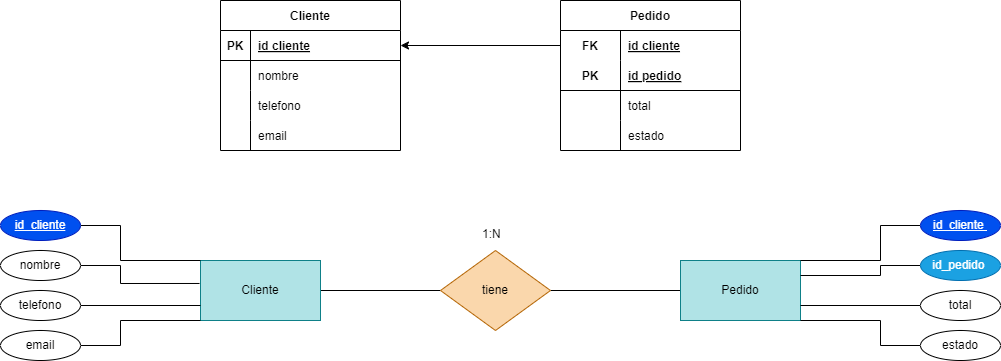
WhiteCascade/BAE keeps this draw.io diagram as Tareas/Unidad2/ejercicio2.4.drawio.png. Above is the earlier version. Source tidied: cells renumbered, new cells last; positions are measured from the earlier drawing's top-left corner, leaving out a move shared by most shapes. Source of this version:
```xml
<mxGraphModel>
  <root>
    <mxCell id="0" />
    <mxCell id="1" parent="0" />
    <mxCell id="2" value="Cliente" style="shape=table;startSize=30;rowLines=0;fontStyle=1;align=center;" parent="1" vertex="1">
      <mxGeometry x="220" width="180" height="150" as="geometry" />
    </mxCell>
    <mxCell id="3" style="shape=tableRow;horizontal=0;startSize=0;swimlaneHead=0;swimlaneBody=0;fillColor=none;points=[[0,0.5],[1,0.5]];portConstraint=eastwest;top=0;left=0;right=0;bottom=1;" parent="2" vertex="1">
      <mxGeometry y="30" width="180" height="30" as="geometry" />
    </mxCell>
    <mxCell id="4" value="PK" style="shape=partialRectangle;fillColor=none;top=0;left=0;bottom=0;right=0;fontStyle=1;overflow=hidden;" parent="3" vertex="1">
      <mxGeometry width="30" height="30" as="geometry" />
    </mxCell>
    <mxCell id="5" value="id cliente" style="shape=partialRectangle;fillColor=none;top=0;left=0;bottom=0;right=0;align=left;spacingLeft=6;fontStyle=5;overflow=hidden;" parent="3" vertex="1">
      <mxGeometry x="30" width="150" height="30" as="geometry" />
    </mxCell>
    <mxCell id="6" style="shape=tableRow;horizontal=0;startSize=0;swimlaneHead=0;swimlaneBody=0;fillColor=none;top=0;left=0;right=0;bottom=0;" parent="2" vertex="1">
      <mxGeometry y="60" width="180" height="30" as="geometry" />
    </mxCell>
    <mxCell id="7" style="shape=partialRectangle;fillColor=none;top=0;left=0;bottom=0;right=0;overflow=hidden;" parent="6" vertex="1">
      <mxGeometry width="30" height="30" as="geometry" />
    </mxCell>
    <mxCell id="8" value="nombre" style="shape=partialRectangle;fillColor=none;top=0;left=0;bottom=0;right=0;align=left;spacingLeft=6;overflow=hidden;" parent="6" vertex="1">
      <mxGeometry x="30" width="150" height="30" as="geometry" />
    </mxCell>
    <mxCell id="9" style="shape=tableRow;horizontal=0;startSize=0;swimlaneHead=0;swimlaneBody=0;fillColor=none;top=0;left=0;right=0;bottom=0;" parent="2" vertex="1">
      <mxGeometry y="90" width="180" height="30" as="geometry" />
    </mxCell>
    <mxCell id="10" style="shape=partialRectangle;fillColor=none;top=0;left=0;bottom=0;right=0;overflow=hidden;" parent="9" vertex="1">
      <mxGeometry width="30" height="30" as="geometry" />
    </mxCell>
    <mxCell id="11" value="telefono" style="shape=partialRectangle;fillColor=none;top=0;left=0;bottom=0;right=0;align=left;spacingLeft=6;overflow=hidden;" parent="9" vertex="1">
      <mxGeometry x="30" width="150" height="30" as="geometry" />
    </mxCell>
    <mxCell id="12" style="shape=tableRow;horizontal=0;startSize=0;swimlaneHead=0;swimlaneBody=0;fillColor=none;top=0;left=0;right=0;bottom=0;" parent="2" vertex="1">
      <mxGeometry y="120" width="180" height="30" as="geometry" />
    </mxCell>
    <mxCell id="13" style="shape=partialRectangle;fillColor=none;top=0;left=0;bottom=0;right=0;overflow=hidden;" parent="12" vertex="1">
      <mxGeometry width="30" height="30" as="geometry" />
    </mxCell>
    <mxCell id="14" value="email" style="shape=partialRectangle;fillColor=none;top=0;left=0;bottom=0;right=0;align=left;spacingLeft=6;overflow=hidden;" parent="12" vertex="1">
      <mxGeometry x="30" width="150" height="30" as="geometry" />
    </mxCell>
    <mxCell id="15" value="Pedido" style="shape=table;startSize=30;rowLines=0;fontStyle=1;align=center;" parent="1" vertex="1">
      <mxGeometry x="560" width="180" height="150" as="geometry" />
    </mxCell>
    <mxCell id="16" style="shape=tableRow;horizontal=0;startSize=0;swimlaneHead=0;swimlaneBody=0;fillColor=none;points=[[0,0.5],[1,0.5]];portConstraint=eastwest;top=0;left=0;right=0;bottom=0;" parent="15" vertex="1">
      <mxGeometry y="30" width="180" height="30" as="geometry" />
    </mxCell>
    <mxCell id="17" value="FK" style="shape=partialRectangle;fillColor=none;top=0;left=0;bottom=0;right=0;fontStyle=1;overflow=hidden;" parent="16" vertex="1">
      <mxGeometry width="60" height="30" as="geometry" />
    </mxCell>
    <mxCell id="18" value="id cliente" style="shape=partialRectangle;fillColor=none;top=0;left=0;bottom=0;right=0;align=left;spacingLeft=6;fontStyle=5;overflow=hidden;" parent="16" vertex="1">
      <mxGeometry x="60" width="120" height="30" as="geometry" />
    </mxCell>
    <mxCell id="19" style="shape=tableRow;horizontal=0;startSize=0;swimlaneHead=0;swimlaneBody=0;fillColor=none;top=0;left=0;right=0;bottom=1;" parent="15" vertex="1">
      <mxGeometry y="60" width="180" height="30" as="geometry" />
    </mxCell>
    <mxCell id="20" value="PK" style="shape=partialRectangle;fillColor=none;top=0;left=0;bottom=0;right=0;fontStyle=1;overflow=hidden;" parent="19" vertex="1">
      <mxGeometry width="60" height="30" as="geometry" />
    </mxCell>
    <mxCell id="21" value="id pedido" style="shape=partialRectangle;fillColor=none;top=0;left=0;bottom=0;right=0;align=left;spacingLeft=6;fontStyle=5;overflow=hidden;" parent="19" vertex="1">
      <mxGeometry x="60" width="120" height="30" as="geometry" />
    </mxCell>
    <mxCell id="22" style="shape=tableRow;horizontal=0;startSize=0;swimlaneHead=0;swimlaneBody=0;fillColor=none;top=0;left=0;right=0;bottom=0;" parent="15" vertex="1">
      <mxGeometry y="90" width="180" height="30" as="geometry" />
    </mxCell>
    <mxCell id="23" style="shape=partialRectangle;fillColor=none;top=0;left=0;bottom=0;right=0;overflow=hidden;" parent="22" vertex="1">
      <mxGeometry width="60" height="30" as="geometry" />
    </mxCell>
    <mxCell id="24" value="total" style="shape=partialRectangle;fillColor=none;top=0;left=0;bottom=0;right=0;align=left;spacingLeft=6;overflow=hidden;" parent="22" vertex="1">
      <mxGeometry x="60" width="120" height="30" as="geometry" />
    </mxCell>
    <mxCell id="25" style="shape=tableRow;horizontal=0;startSize=0;swimlaneHead=0;swimlaneBody=0;fillColor=none;top=0;left=0;right=0;bottom=0;" parent="15" vertex="1">
      <mxGeometry y="120" width="180" height="30" as="geometry" />
    </mxCell>
    <mxCell id="26" style="shape=partialRectangle;fillColor=none;top=0;left=0;bottom=0;right=0;overflow=hidden;" parent="25" vertex="1">
      <mxGeometry width="60" height="30" as="geometry" />
    </mxCell>
    <mxCell id="27" value="estado" style="shape=partialRectangle;fillColor=none;top=0;left=0;bottom=0;right=0;align=left;spacingLeft=6;overflow=hidden;" parent="25" vertex="1">
      <mxGeometry x="60" width="120" height="30" as="geometry" />
    </mxCell>
    <mxCell id="28" style="edgeStyle=none;html=1;entryX=1;entryY=0.5;entryDx=0;entryDy=0;" parent="1" edge="1" source="16" target="3">
      <mxGeometry relative="1" as="geometry" />
    </mxCell>
    <mxCell id="29" style="edgeStyle=none;html=1;entryX=0;entryY=0.5;entryDx=0;entryDy=0;endArrow=none;endFill=0;" parent="1" edge="1" source="30" target="33">
      <mxGeometry relative="1" as="geometry" />
    </mxCell>
    <mxCell id="30" value="Cliente" style="rounded=0;whiteSpace=wrap;html=1;fillColor=#b0e3e6;strokeColor=#0e8088;" parent="1" vertex="1">
      <mxGeometry x="200" y="260" width="120" height="60" as="geometry" />
    </mxCell>
    <mxCell id="31" style="edgeStyle=none;html=1;endArrow=none;endFill=0;" parent="1" edge="1" source="32" target="33">
      <mxGeometry relative="1" as="geometry" />
    </mxCell>
    <mxCell id="32" value="Pedido" style="rounded=0;whiteSpace=wrap;html=1;fillColor=#b0e3e6;strokeColor=#0e8088;" parent="1" vertex="1">
      <mxGeometry x="680" y="260" width="120" height="60" as="geometry" />
    </mxCell>
    <mxCell id="33" value="tiene" style="rhombus;whiteSpace=wrap;html=1;fillColor=#fad7ac;strokeColor=#b46504;" parent="1" vertex="1">
      <mxGeometry x="440" y="250" width="110" height="80" as="geometry" />
    </mxCell>
    <mxCell id="34" style="edgeStyle=none;html=1;entryX=0;entryY=0;entryDx=0;entryDy=0;endArrow=none;endFill=0;rounded=0;" parent="1" edge="1" source="35" target="30">
      <mxGeometry relative="1" as="geometry">
        <Array as="points">
          <mxPoint x="120" y="225" />
          <mxPoint x="120" y="260" />
        </Array>
      </mxGeometry>
    </mxCell>
    <mxCell id="35" value="&lt;u&gt;id_cliente&lt;/u&gt;" style="ellipse;whiteSpace=wrap;html=1;fillColor=#0050ef;fontColor=#ffffff;strokeColor=#001DBC;" parent="1" vertex="1">
      <mxGeometry y="210" width="80" height="30" as="geometry" />
    </mxCell>
    <mxCell id="36" style="edgeStyle=none;html=1;endArrow=none;endFill=0;entryX=-0.008;entryY=0.383;entryDx=0;entryDy=0;entryPerimeter=0;rounded=0;" parent="1" edge="1" source="37" target="30">
      <mxGeometry relative="1" as="geometry">
        <Array as="points">
          <mxPoint x="120" y="265" />
          <mxPoint x="120" y="283" />
        </Array>
      </mxGeometry>
    </mxCell>
    <mxCell id="37" value="nombre" style="ellipse;whiteSpace=wrap;html=1;" parent="1" vertex="1">
      <mxGeometry y="250" width="80" height="30" as="geometry" />
    </mxCell>
    <mxCell id="38" style="edgeStyle=none;html=1;entryX=0;entryY=0.75;entryDx=0;entryDy=0;endArrow=none;endFill=0;" parent="1" edge="1" source="39" target="30">
      <mxGeometry relative="1" as="geometry" />
    </mxCell>
    <mxCell id="39" value="telefono" style="ellipse;whiteSpace=wrap;html=1;" parent="1" vertex="1">
      <mxGeometry y="290" width="80" height="30" as="geometry" />
    </mxCell>
    <mxCell id="40" style="edgeStyle=none;html=1;entryX=0;entryY=1;entryDx=0;entryDy=0;endArrow=none;endFill=0;rounded=0;" parent="1" edge="1" source="41" target="30">
      <mxGeometry relative="1" as="geometry">
        <Array as="points">
          <mxPoint x="120" y="345" />
          <mxPoint x="120" y="320" />
        </Array>
      </mxGeometry>
    </mxCell>
    <mxCell id="41" value="email" style="ellipse;whiteSpace=wrap;html=1;" parent="1" vertex="1">
      <mxGeometry y="330" width="80" height="30" as="geometry" />
    </mxCell>
    <mxCell id="42" style="edgeStyle=none;html=1;entryX=1;entryY=0.75;entryDx=0;entryDy=0;endArrow=none;endFill=0;" parent="1" edge="1" source="43" target="32">
      <mxGeometry relative="1" as="geometry" />
    </mxCell>
    <mxCell id="43" value="total" style="ellipse;whiteSpace=wrap;html=1;" parent="1" vertex="1">
      <mxGeometry x="920" y="290" width="80" height="30" as="geometry" />
    </mxCell>
    <mxCell id="44" style="edgeStyle=none;html=1;entryX=1;entryY=0.25;entryDx=0;entryDy=0;endArrow=none;endFill=0;rounded=0;" parent="1" edge="1" source="45" target="32">
      <mxGeometry relative="1" as="geometry">
        <Array as="points">
          <mxPoint x="880" y="265" />
          <mxPoint x="880" y="275" />
        </Array>
      </mxGeometry>
    </mxCell>
    <mxCell id="45" value="&lt;span style=&quot;text-align: left;&quot;&gt;id_pedido&amp;nbsp;&lt;/span&gt;" style="ellipse;whiteSpace=wrap;html=1;fillColor=#1ba1e2;fontColor=#ffffff;strokeColor=#006EAF;" parent="1" vertex="1">
      <mxGeometry x="920" y="250" width="80" height="30" as="geometry" />
    </mxCell>
    <mxCell id="46" style="edgeStyle=none;html=1;entryX=1;entryY=0;entryDx=0;entryDy=0;endArrow=none;endFill=0;rounded=0;" parent="1" edge="1" source="47" target="32">
      <mxGeometry relative="1" as="geometry">
        <Array as="points">
          <mxPoint x="880" y="225" />
          <mxPoint x="880" y="260" />
        </Array>
      </mxGeometry>
    </mxCell>
    <mxCell id="47" value="&lt;span style=&quot;text-align: left;&quot;&gt;&lt;u&gt;id_cliente&amp;nbsp;&lt;/u&gt;&lt;/span&gt;" style="ellipse;whiteSpace=wrap;html=1;fillColor=#0050ef;fontColor=#ffffff;strokeColor=#001DBC;" parent="1" vertex="1">
      <mxGeometry x="920" y="210" width="80" height="30" as="geometry" />
    </mxCell>
    <mxCell id="48" style="edgeStyle=none;html=1;entryX=1;entryY=1;entryDx=0;entryDy=0;endArrow=none;endFill=0;rounded=0;" parent="1" edge="1" source="49" target="32">
      <mxGeometry relative="1" as="geometry">
        <Array as="points">
          <mxPoint x="880" y="345" />
          <mxPoint x="880" y="320" />
        </Array>
      </mxGeometry>
    </mxCell>
    <mxCell id="49" value="estado" style="ellipse;whiteSpace=wrap;html=1;" parent="1" vertex="1">
      <mxGeometry x="920" y="330" width="80" height="30" as="geometry" />
    </mxCell>
    <mxCell id="50" value="1:N" style="text;whiteSpace=wrap;html=1;" parent="1" vertex="1">
      <mxGeometry x="480" y="220" width="50" height="40" as="geometry" />
    </mxCell>
  </root>
</mxGraphModel>
```
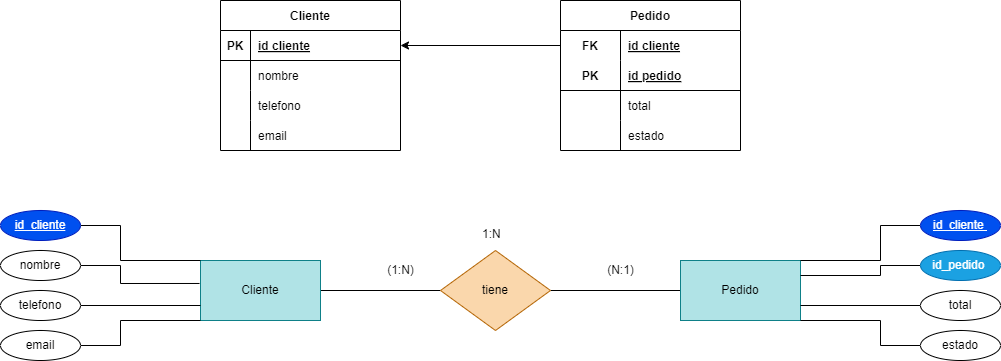
Later version of the same file.

The edit, as a diff of the source:
```diff
@@ -179,5 +179,11 @@
     <mxCell id="50" value="1:N" style="text;whiteSpace=wrap;html=1;" parent="1" vertex="1">
       <mxGeometry x="480" y="220" width="50" height="40" as="geometry" />
     </mxCell>
+    <mxCell id="51" value="(1:N)" style="text;html=1;align=center;verticalAlign=middle;strokeColor=none;fillColor=none;" parent="1" vertex="1">
+      <mxGeometry x="375" y="255" width="50" height="30" as="geometry" />
+    </mxCell>
+    <mxCell id="52" value="(N:1)" style="text;html=1;align=center;verticalAlign=middle;strokeColor=none;fillColor=none;" parent="1" vertex="1">
+      <mxGeometry x="595" y="255" width="50" height="30" as="geometry" />
+    </mxCell>
   </root>
 </mxGraphModel>
```
